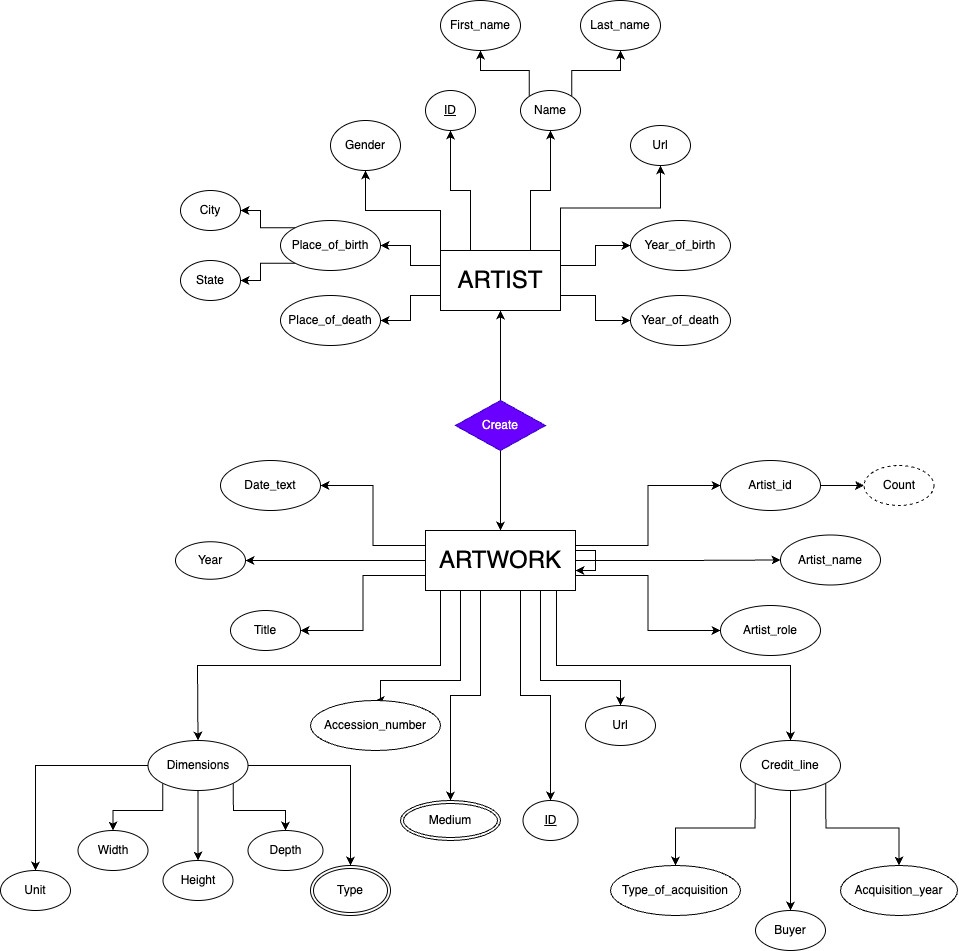
Before: docs/diagrams/er.png, a diagram exported from draw.io (Databases-Course-Project/Databases-Course-Project). Source tidied: cells renumbered, new cells last; positions are measured from the earlier drawing's top-left corner, leaving out a move shared by most shapes.
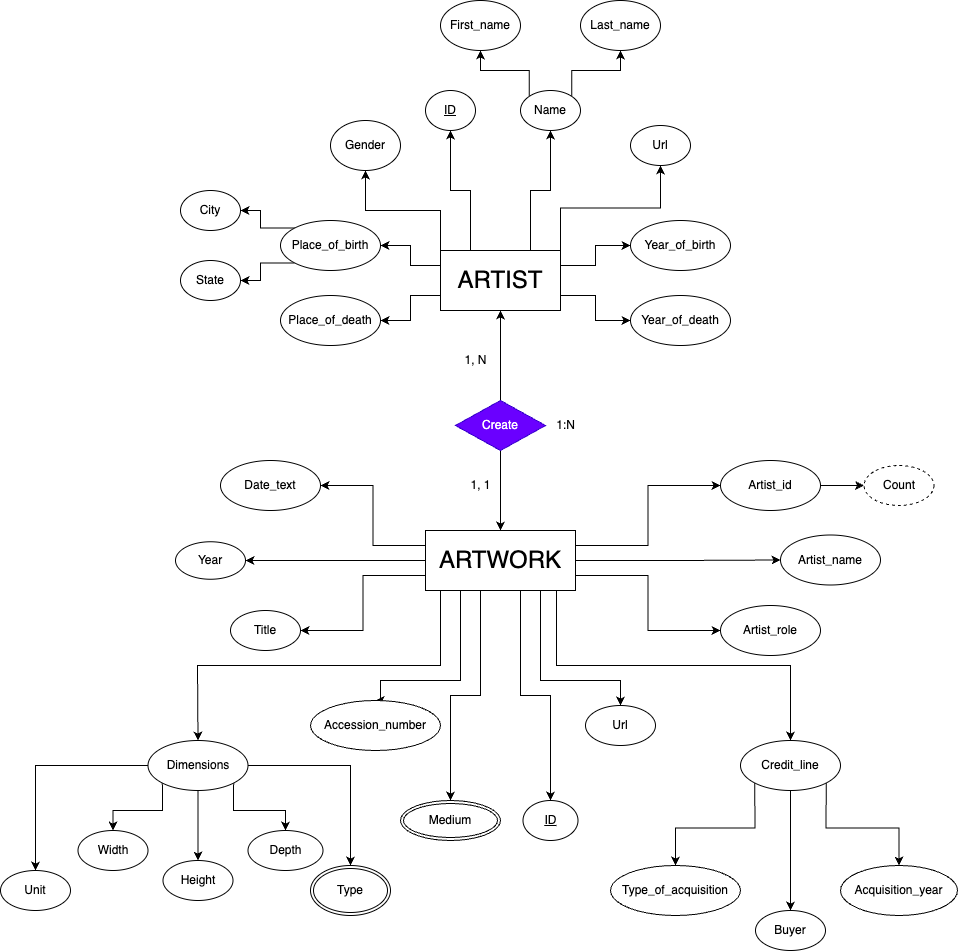
The same diagram one commit later.

The edit, as a diff of the source:
```diff
@@ -245,11 +245,17 @@
     <mxCell id="71" value="Medium" style="ellipse;shape=doubleEllipse;margin=3;whiteSpace=wrap;html=1;align=center;" parent="1" vertex="1">
       <mxGeometry x="400" y="800" width="100" height="40" as="geometry" />
     </mxCell>
-    <mxCell id="72" style="edgeStyle=orthogonalEdgeStyle;rounded=0;orthogonalLoop=1;jettySize=auto;html=1;" parent="1" edge="1" source="39" target="39">
-      <mxGeometry relative="1" as="geometry" />
-    </mxCell>
     <mxCell id="73" value="Count" style="ellipse;whiteSpace=wrap;html=1;align=center;dashed=1;" parent="1" vertex="1">
       <mxGeometry x="863.5" y="465" width="70" height="40" as="geometry" />
     </mxCell>
+    <mxCell id="74" value="1, N" style="text;html=1;align=center;verticalAlign=middle;strokeColor=none;fillColor=none;" parent="1" vertex="1">
+      <mxGeometry x="450" y="345" width="50" height="30" as="geometry" />
+    </mxCell>
+    <mxCell id="75" value="1, 1" style="text;html=1;align=center;verticalAlign=middle;strokeColor=none;fillColor=none;" parent="1" vertex="1">
+      <mxGeometry x="460" y="470" width="40" height="30" as="geometry" />
+    </mxCell>
+    <mxCell id="76" value="1:N" style="text;html=1;align=center;verticalAlign=middle;strokeColor=none;fillColor=none;" parent="1" vertex="1">
+      <mxGeometry x="545" y="410" width="40" height="30" as="geometry" />
+    </mxCell>
   </root>
 </mxGraphModel>
```
